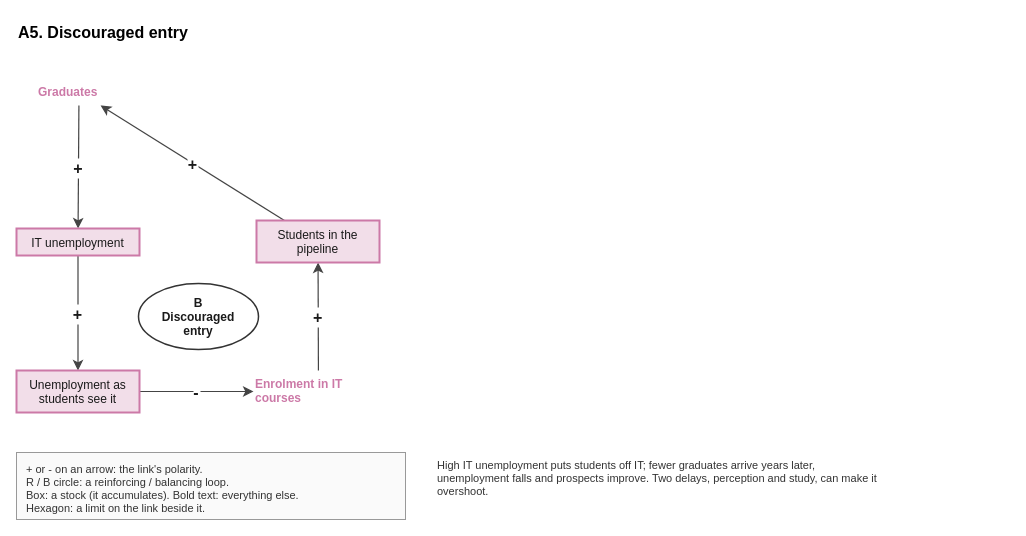
Earlier version of the draw.io diagram docs/model/diagrams/article-a5.drawio (stravoris-tech/ai-it-labour-sim). Source tidied: cells renumbered, new cells numbered last; positions are measured from the earlier drawing's top-left corner, leaving out a move shared by most shapes. Both pictures are drawn from the tidied source at 100%, with x=0, y=0 at pixel (16, 16).
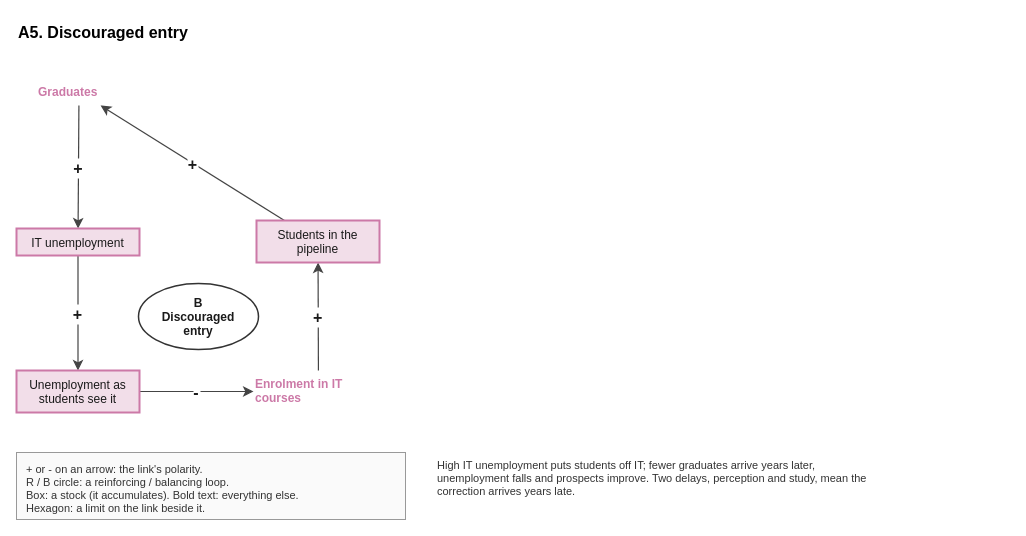
The same diagram, later.

Diff of the diagram source:
```diff
@@
 <mxGraphModel>
   <root>
     <mxCell id="0" />
     <mxCell id="1" parent="0" />
     <mxCell id="2" value="+" style="html=0;endArrow=classic;endSize=7;rounded=0;strokeColor=#444444;strokeWidth=1.2;fontFamily=Helvetica;fontSize=16;fontStyle=1;fontColor=#1A1A1A;labelBackgroundColor=#FFFFFF;" parent="1" edge="1" source="7" target="9">
       <mxGeometry relative="1" as="geometry" />
     </mxCell>
     <mxCell id="3" value="+" style="html=0;endArrow=classic;endSize=7;rounded=0;strokeColor=#444444;strokeWidth=1.2;fontFamily=Helvetica;fontSize=16;fontStyle=1;fontColor=#1A1A1A;labelBackgroundColor=#FFFFFF;" parent="1" edge="1" source="8" target="11">
       <mxGeometry relative="1" as="geometry" />
     </mxCell>
     <mxCell id="4" value="+" style="html=0;endArrow=classic;endSize=7;rounded=0;strokeColor=#444444;strokeWidth=1.2;fontFamily=Helvetica;fontSize=16;fontStyle=1;fontColor=#1A1A1A;labelBackgroundColor=#FFFFFF;" parent="1" edge="1" source="9" target="8">
       <mxGeometry relative="1" as="geometry" />
     </mxCell>
     <mxCell id="5" value="-" style="html=0;endArrow=classic;endSize=7;rounded=0;strokeColor=#444444;strokeWidth=1.2;fontFamily=Helvetica;fontSize=16;fontStyle=1;fontColor=#1A1A1A;labelBackgroundColor=#FFFFFF;" parent="1" edge="1" source="10" target="7">
       <mxGeometry relative="1" as="geometry" />
     </mxCell>
     <mxCell id="6" value="+" style="html=0;endArrow=classic;endSize=7;rounded=0;strokeColor=#444444;strokeWidth=1.2;fontFamily=Helvetica;fontSize=16;fontStyle=1;fontColor=#1A1A1A;labelBackgroundColor=#FFFFFF;" parent="1" edge="1" source="11" target="10">
       <mxGeometry relative="1" as="geometry" />
     </mxCell>
     <mxCell id="7" value="Enrolment in IT&#10;courses" style="html=0;fontFamily=Helvetica;fontSize=12;text;strokeColor=none;fillColor=none;fontStyle=1;fontColor=#CC79A7;" parent="1" vertex="1">
       <mxGeometry x="237" y="354" width="130" height="42" as="geometry" />
     </mxCell>
     <mxCell id="8" value="Graduates" style="html=0;fontFamily=Helvetica;fontSize=12;text;strokeColor=none;fillColor=none;fontStyle=1;fontColor=#CC79A7;" parent="1" vertex="1">
       <mxGeometry x="20" y="62" width="85" height="27" as="geometry" />
     </mxCell>
     <mxCell id="9" value="Students in the&#10;pipeline" style="html=0;fontFamily=Helvetica;fontSize=12;rounded=0;fillColor=#F2DEE9;strokeColor=#CC79A7;strokeWidth=2;fontColor=#1A1A1A;" parent="1" vertex="1">
       <mxGeometry x="240" y="204" width="123" height="42" as="geometry" />
     </mxCell>
     <mxCell id="10" value="Unemployment as&#10;students see it" style="html=0;fontFamily=Helvetica;fontSize=12;rounded=0;fillColor=#F2DEE9;strokeColor=#CC79A7;strokeWidth=2;fontColor=#1A1A1A;" parent="1" vertex="1">
       <mxGeometry y="354" width="123" height="42" as="geometry" />
     </mxCell>
     <mxCell id="11" value="IT unemployment" style="html=0;fontFamily=Helvetica;fontSize=12;rounded=0;fillColor=#F2DEE9;strokeColor=#CC79A7;strokeWidth=2;fontColor=#1A1A1A;" parent="1" vertex="1">
       <mxGeometry y="212" width="123" height="27" as="geometry" />
     </mxCell>
     <mxCell id="12" value="B&#10;Discouraged&#10;entry" style="html=0;fontFamily=Helvetica;fontSize=12;ellipse;fillColor=#FFFFFF;strokeColor=#333333;strokeWidth=1.5;fontStyle=1;fontColor=#1A1A1A;" parent="1" vertex="1">
       <mxGeometry x="122" y="267" width="120" height="66" as="geometry" />
     </mxCell>
     <mxCell id="13" value="A5. Discouraged entry" style="html=0;fontFamily=Helvetica;fontSize=12;text;align=left;verticalAlign=top;fontSize=16;fontStyle=1;strokeColor=none;fillColor=none;" parent="1" vertex="1">
       <mxGeometry width="227" height="32" as="geometry" />
     </mxCell>
     <mxCell id="14" value="+ or - on an arrow: the link's polarity.&#10;R / B circle: a reinforcing / balancing loop.&#10;Box: a stock (it accumulates). Bold text: everything else.&#10;Hexagon: a limit on the link beside it." style="html=0;fontFamily=Helvetica;fontSize=12;text;align=left;verticalAlign=top;spacingLeft=8;spacingTop=4;fontSize=11;strokeColor=#999999;fillColor=#FAFAFA;fontColor=#333333;" parent="1" vertex="1">
       <mxGeometry y="436" width="389" height="67" as="geometry" />
     </mxCell>
-    <mxCell id="15" value="High IT unemployment puts students off IT; fewer graduates arrive years later,&#10;unemployment falls and prospects improve. Two delays, perception and study, can make it&#10;overshoot." style="html=0;fontFamily=Helvetica;fontSize=12;text;align=left;verticalAlign=top;fontSize=11;strokeColor=none;fillColor=none;fontColor=#333333;" parent="1" vertex="1">
-      <mxGeometry x="419" y="436" width="574" height="54" as="geometry" />
+    <mxCell id="15" value="High IT unemployment puts students off IT; fewer graduates arrive years later,&#10;unemployment falls and prospects improve. Two delays, perception and study, mean the&#10;correction arrives years late." style="html=0;fontFamily=Helvetica;fontSize=12;text;align=left;verticalAlign=top;fontSize=11;strokeColor=none;fillColor=none;fontColor=#333333;" parent="1" vertex="1">
+      <mxGeometry x="419" y="436" width="554" height="54" as="geometry" />
     </mxCell>
   </root>
 </mxGraphModel>
```
